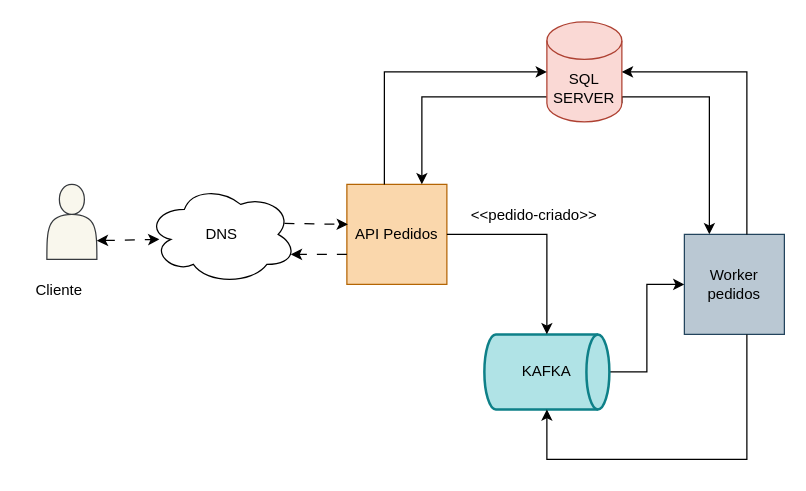
Above: readme/Diagrama java-pedidos.drawio in stefano2007/java-pedidos (draw.io), before the change. Source tidied: cells renumbered, new cells numbered last; positions are measured from the earlier drawing's top-left corner, leaving out a move shared by most shapes. Both pictures are drawn from the tidied source at 125%, with x=0, y=0 at pixel (21, 21).
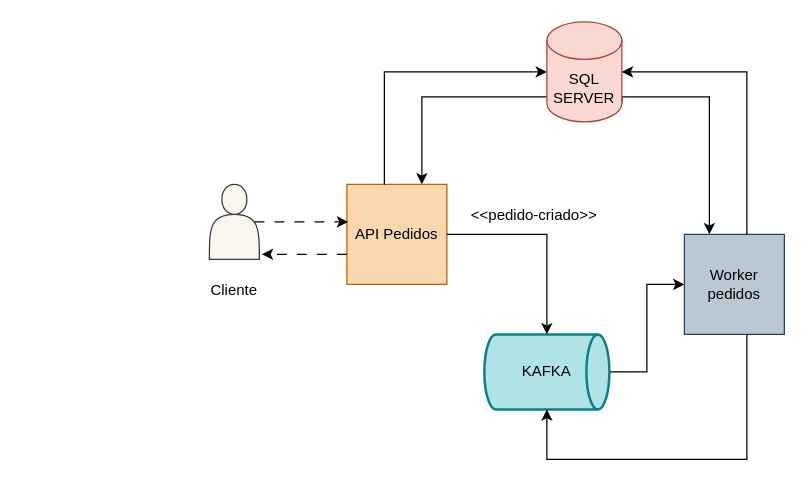
The same diagram, later.

Commit message (it also covers changes not shown here):
fix: atualizando imagem arquitetura

The change refers to these unchanged cells:
```xml
<mxCell id="4" value="API Pedidos" style="whiteSpace=wrap;html=1;fillColor=#fad7ac;strokeColor=#b46504;" parent="1" vertex="1">
  <mxGeometry x="260" y="130" width="80" height="80" as="geometry" />
</mxCell>
```

The edit, as a diff of the source:
```diff
@@
-<mxGraphModel>
+<mxGraphModel background="#FFFFFF">
@@
     <mxCell id="2" style="shape=actor;whiteSpace=wrap;html=1;fillColor=#f9f7ed;strokeColor=#36393d;" parent="1" vertex="1">
-      <mxGeometry x="20" y="130" width="40" height="60" as="geometry" />
+      <mxGeometry x="150" y="130" width="40" height="60" as="geometry" />
     </mxCell>
-    <mxCell id="3" value="DNS" style="ellipse;shape=cloud;whiteSpace=wrap;html=1;" parent="1" vertex="1">
-      <mxGeometry x="100" y="130" width="120" height="80" as="geometry" />
-    </mxCell>
@@
-    <mxCell id="10" style="endArrow=classic;html=1;rounded=0;exitX=0.917;exitY=0.39;exitDx=0;exitDy=0;exitPerimeter=0;entryX=0.01;entryY=0.4;entryDx=0;entryDy=0;entryPerimeter=0;dashed=1;dashPattern=8 8;" parent="1" edge="1" source="3" target="4">
-      <mxGeometry relative="1" as="geometry" />
+    <mxCell id="10" style="endArrow=classic;html=1;rounded=0;exitX=0.9;exitY=0.5;exitDx=0;exitDy=0;exitPerimeter=0;dashed=1;dashPattern=8 8;" parent="1" edge="1" source="2">
+      <mxGeometry relative="1" as="geometry">
+        <mxPoint x="261" y="160" as="targetPoint" />
+      </mxGeometry>
     </mxCell>
-    <mxCell id="11" style="endArrow=classic;html=1;rounded=0;exitX=0;exitY=0.7;exitDx=0;exitDy=0;entryX=0.96;entryY=0.7;entryDx=0;entryDy=0;entryPerimeter=0;exitPerimeter=0;dashed=1;dashPattern=8 8;" parent="1" edge="1" source="4" target="3">
+    <mxCell id="11" style="endArrow=classic;html=1;rounded=0;exitX=0;exitY=0.7;exitDx=0;exitDy=0;entryX=1.05;entryY=0.933;entryDx=0;entryDy=0;entryPerimeter=0;exitPerimeter=0;dashed=1;dashPattern=8 8;" parent="1" edge="1" source="4" target="2">
       <mxGeometry relative="1" as="geometry" />
     </mxCell>
@@
     <mxCell id="18" value="Cliente" style="text;html=1;whiteSpace=wrap;strokeColor=none;fillColor=none;align=center;verticalAlign=middle;rounded=0;" parent="1" vertex="1">
-      <mxGeometry y="200" width="60" height="30" as="geometry" />
+      <mxGeometry x="140" y="200" width="60" height="30" as="geometry" />
     </mxCell>
-    <mxCell id="19" style="endArrow=classic;startArrow=classic;html=1;rounded=0;exitX=1;exitY=0.75;exitDx=0;exitDy=0;dashed=1;dashPattern=8 8;entryX=0.083;entryY=0.55;entryDx=0;entryDy=0;entryPerimeter=0;" parent="1" edge="1" source="2" target="3">
-      <mxGeometry relative="1" as="geometry" />
-    </mxCell>
```
